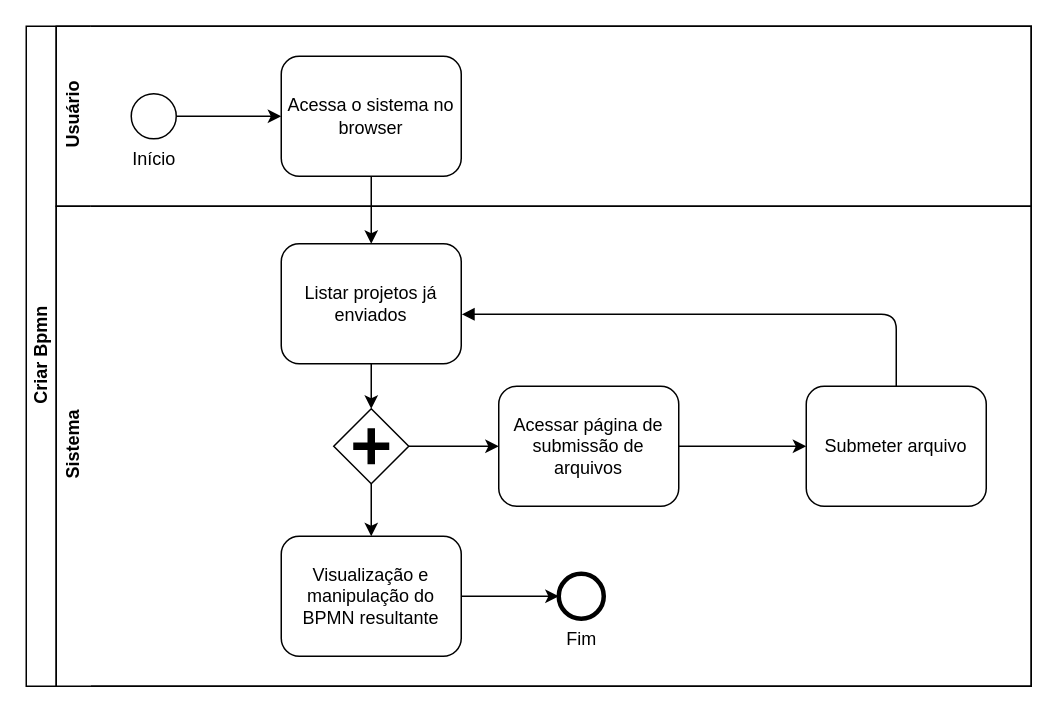
Earlier version of the draw.io diagram artigo/diagrama-caso-uso.drawio (andreluizlunelli/bpmn-rest-tool). Source tidied: cells renumbered, new cells numbered last; positions are measured from the earlier drawing's top-left corner, leaving out a move shared by most shapes. Both pictures are drawn from the tidied source at 150%, with x=0, y=0 at pixel (26, 26).
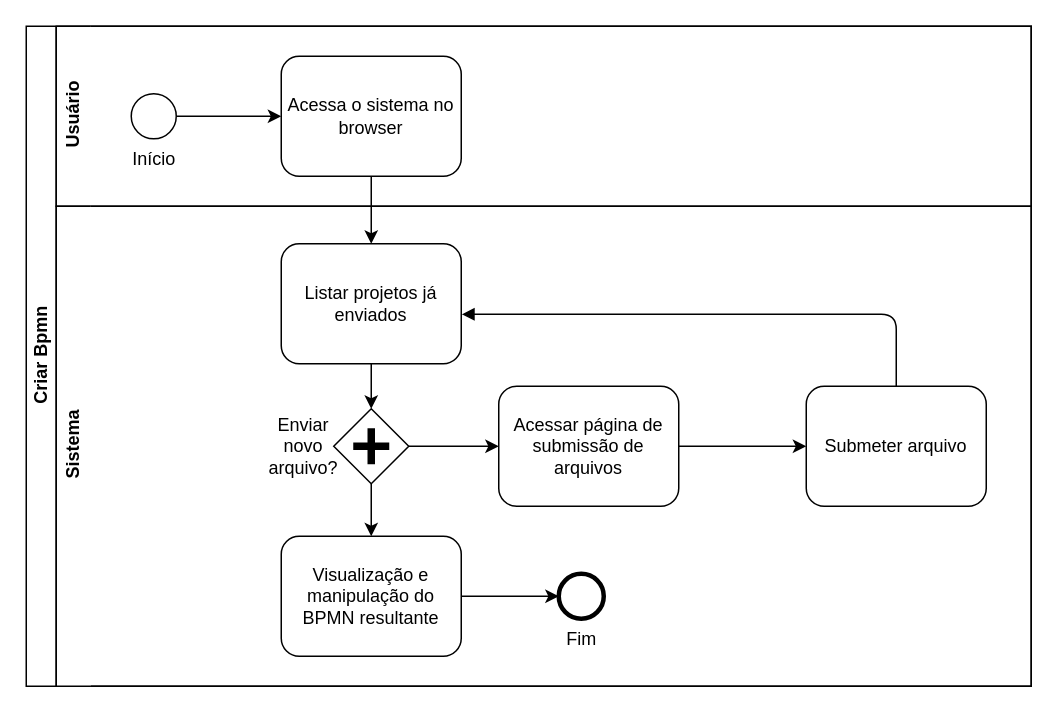
Above is the later version.

The change refers to these unchanged cells:
```xml
<mxCell id="7" value="Sistema&lt;br&gt;" style="swimlane;html=1;horizontal=0;swimlaneLine=0;" parent="2" vertex="1">
  <mxGeometry x="20" y="120" width="650" height="320" as="geometry" />
</mxCell>
```

What changed in the source:
```diff
@@
+    <mxCell id="21" value="Enviar novo arquivo?&lt;br&gt;" style="text;html=1;strokeColor=none;fillColor=none;align=center;verticalAlign=middle;whiteSpace=wrap;rounded=0;" parent="7" vertex="1">
+      <mxGeometry x="145" y="150" width="40" height="20" as="geometry" />
+    </mxCell>
```
